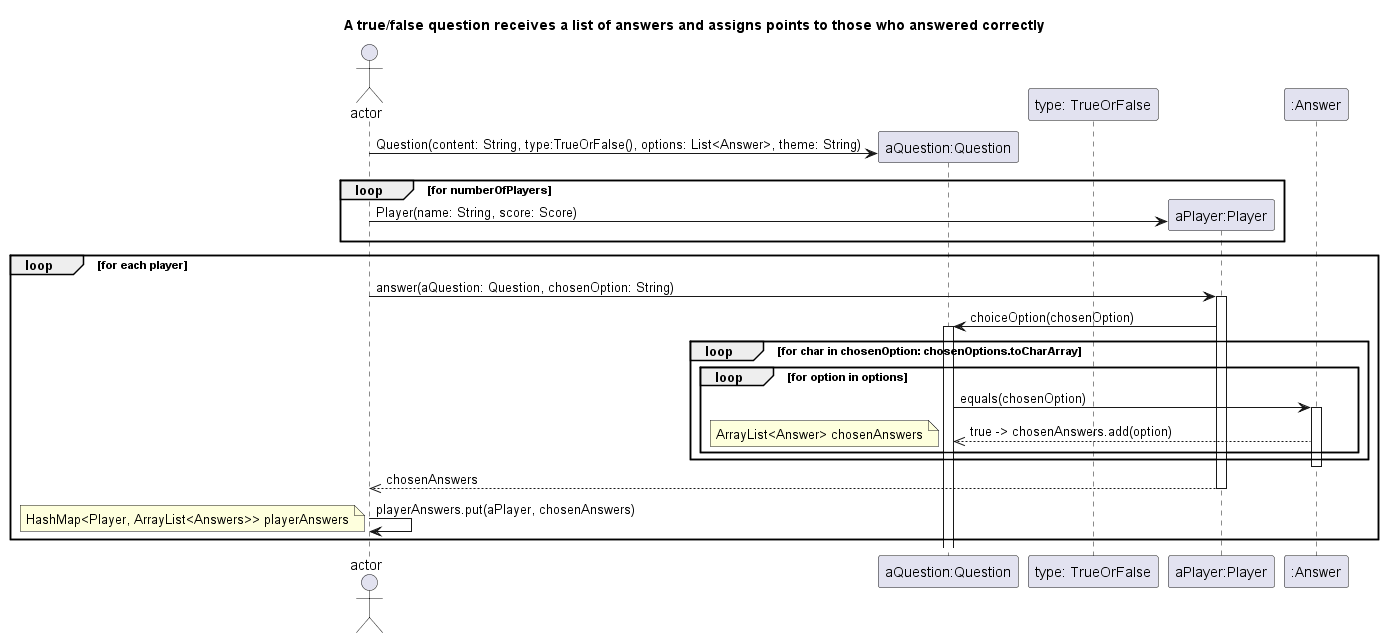
Before: UML files/SecuenceDiagramCaseOfUseOne.png, a diagram exported from PlantUML (agpelliciari/TP2-Algo-III).
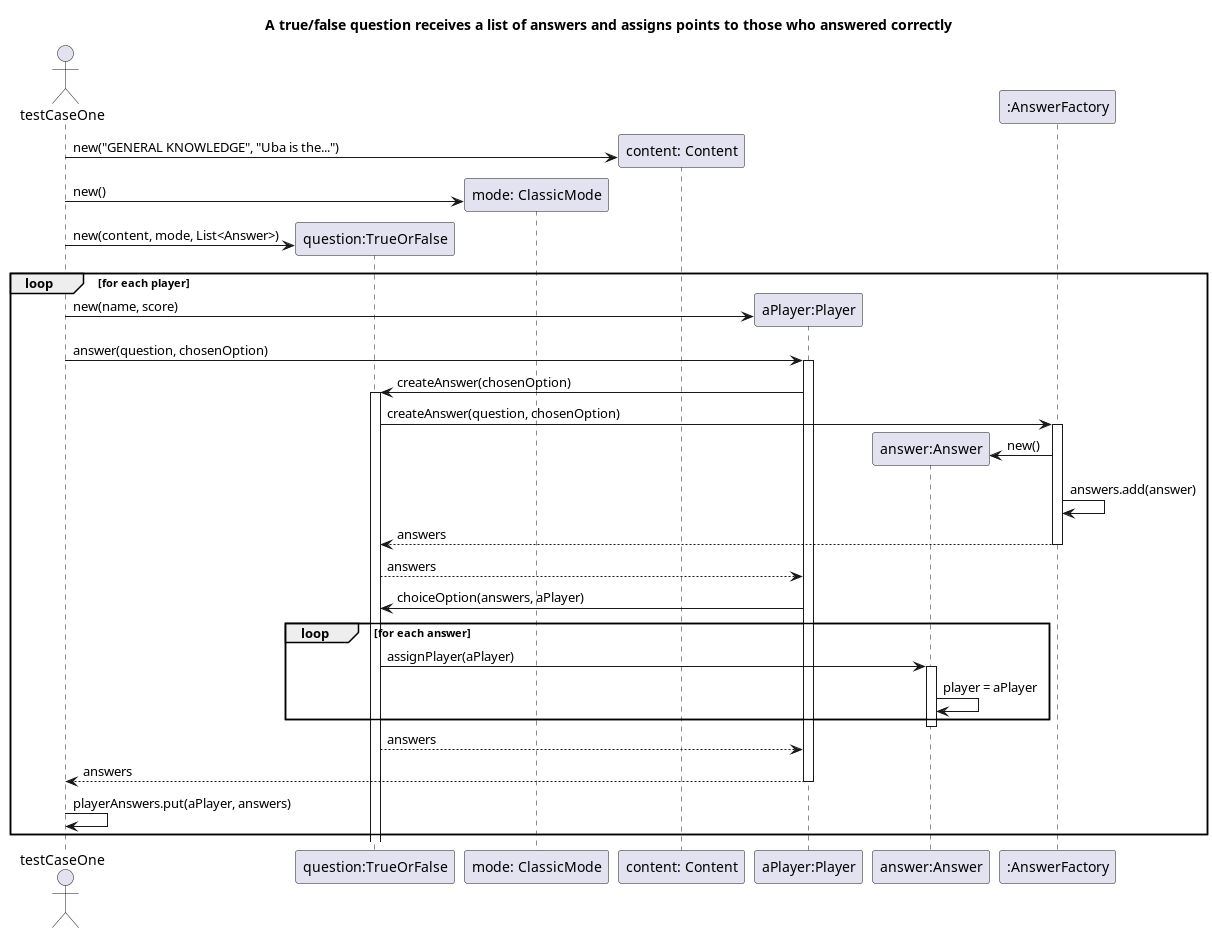
The same diagram one commit later.

Commit message:
#68 Modified secuence diagram

What changed in the source:
```diff
@@ -1,38 +1,48 @@
 @startuml
 title: A true/false question receives a list of answers and assigns points to those who answered correctly
 
-actor actor
-participant "aQuestion:Question" as question
-participant "type: TrueOrFalse" as type
+actor testCaseOne
+participant "question:TrueOrFalse" as question
+participant "mode: ClassicMode" as type
+participant "content: Content" as content
 participant "aPlayer:Player" as player
-participant ":Answer" as answer
+participant "answer:Answer" as answer
+participant ":AnswerFactory" as factory
 
+create content
+testCaseOne -> content:new("GENERAL KNOWLEDGE", "Uba is the...")
+create type
+testCaseOne -> type: new()
 create question
-actor -> question: Question(content: String, type:TrueOrFalse(), options: List<Answer>, theme: String)
-
-loop for numberOfPlayers
-create player
-actor -> player: Player(name: String, score: Score)
-end
+testCaseOne -> question: new(content, mode, List<Answer>)
 
 loop for each player
-actor -> player: answer(aQuestion: Question, chosenOption: String)
+create player
+testCaseOne -> player: new(name, score)
+
+testCaseOne -> player: answer(question, chosenOption)
 activate player
-player -> question: choiceOption(chosenOption)
+player -> question: createAnswer(chosenOption)
+activate question
+question -> factory: createAnswer(question, chosenOption)
+activate factory
+create answer
+factory -> answer: new()
+factory -> factory: answers.add(answer)
+factory --> question: answers
+deactivate factory
+question --> player: answers
+player -> question: choiceOption(answers, aPlayer)
 
-activate question
-loop for char in chosenOption: chosenOptions.toCharArray
-    loop for option in options
-        question -> answer: equals(chosenOption)
-        activate answer
-        question <<-- answer: true -> chosenAnswers.add(option)
-        note left: ArrayList<Answer> chosenAnswers
-        end loop
+loop for each answer
+question -> answer: assignPlayer(aPlayer)
+activate answer
+answer -> answer: player = aPlayer
 end loop
 deactivate answer
-player -->> actor: chosenAnswers
+question --> player: answers
+player --> testCaseOne: answers
 deactivate player
-actor -> actor: playerAnswers.put(aPlayer, chosenAnswers)
-note left: HashMap<Player, ArrayList<Answers>> playerAnswers
+testCaseOne -> testCaseOne: playerAnswers.put(aPlayer, answers)
 end loop
 @enduml
```
